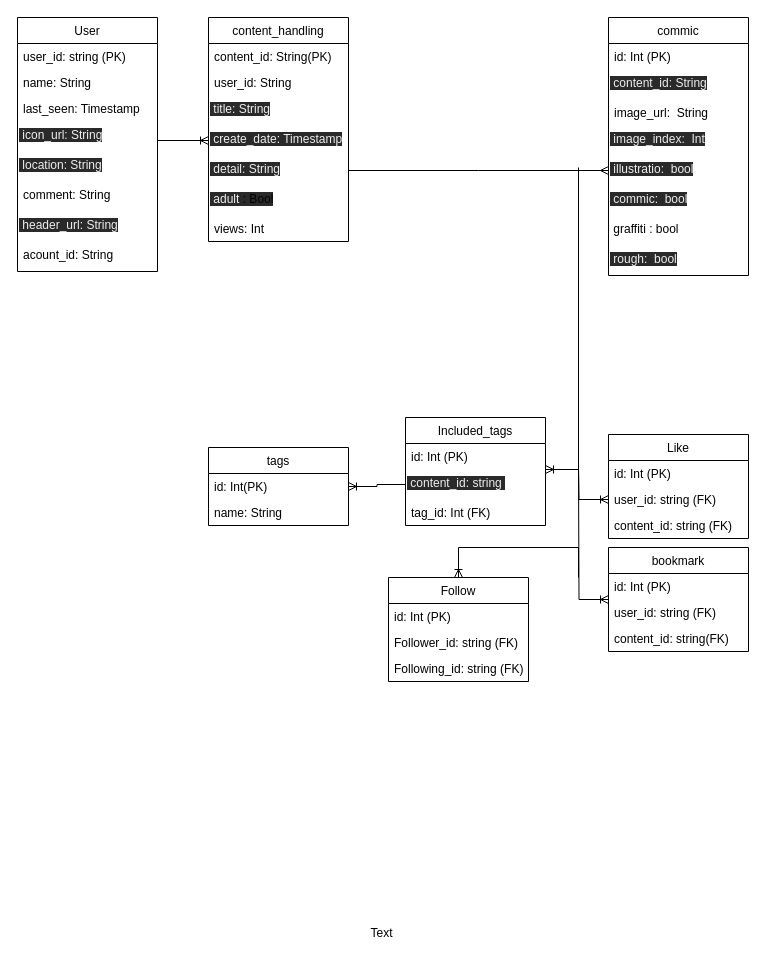
The draw.io diagram er.drawio in uechan9220/Shalust, before the edit. Source tidied: cells renumbered, new cells numbered last; positions are measured from the earlier drawing's top-left corner, leaving out a move shared by most shapes. Both pictures are drawn from the tidied source at 100%, with x=0, y=0 at pixel (17, 17).
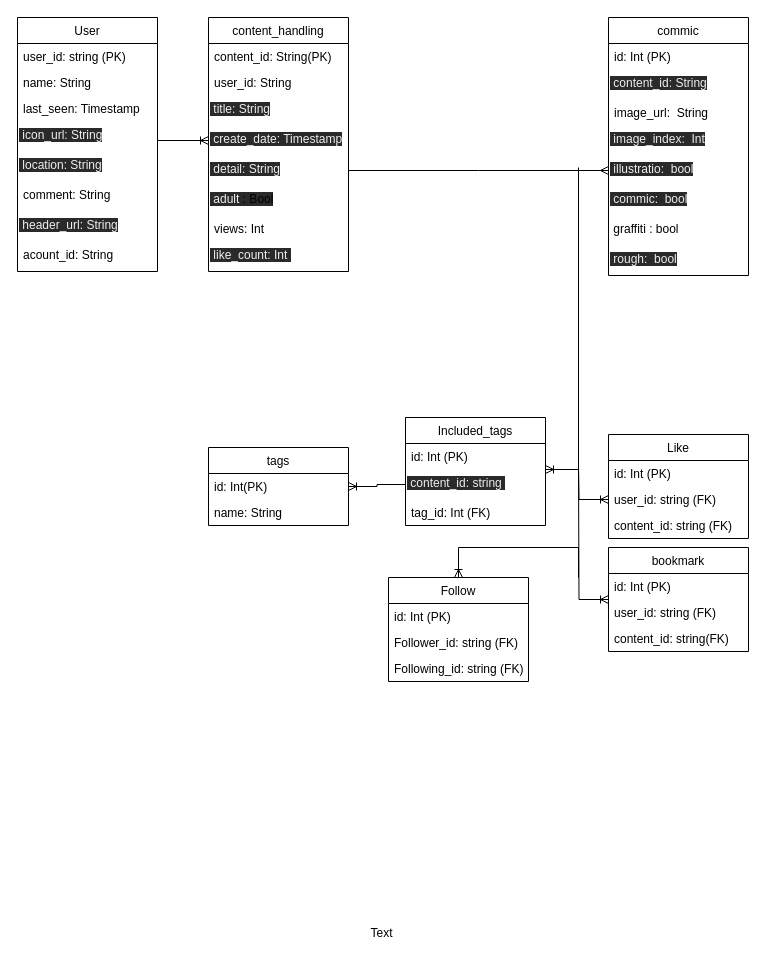
After the change.

What changed in the source:
```diff
@@
     <mxCell id="11" value="content_handling" style="swimlane;fontStyle=0;horizontal=1;startSize=26;fillColor=none;" parent="1" vertex="1">
-      <mxGeometry x="191" width="140" height="224" as="geometry" />
+      <mxGeometry x="191" width="140" height="254" as="geometry" />
     </mxCell>
@@
+    <mxCell id="56" value="&lt;span style=&quot;color: rgb(240 , 240 , 240) ; font-family: &amp;#34;helvetica&amp;#34; ; font-size: 12px ; font-style: normal ; font-weight: 400 ; letter-spacing: normal ; text-align: left ; text-indent: 0px ; text-transform: none ; word-spacing: 0px ; background-color: rgb(42 , 42 , 42) ; float: none ; display: inline&quot;&gt;&amp;nbsp;like_count: Int&amp;nbsp;&lt;/span&gt;" style="text;whiteSpace=wrap;html=1;" parent="11" vertex="1">
+      <mxGeometry y="224" width="140" height="30" as="geometry" />
+    </mxCell>
```
